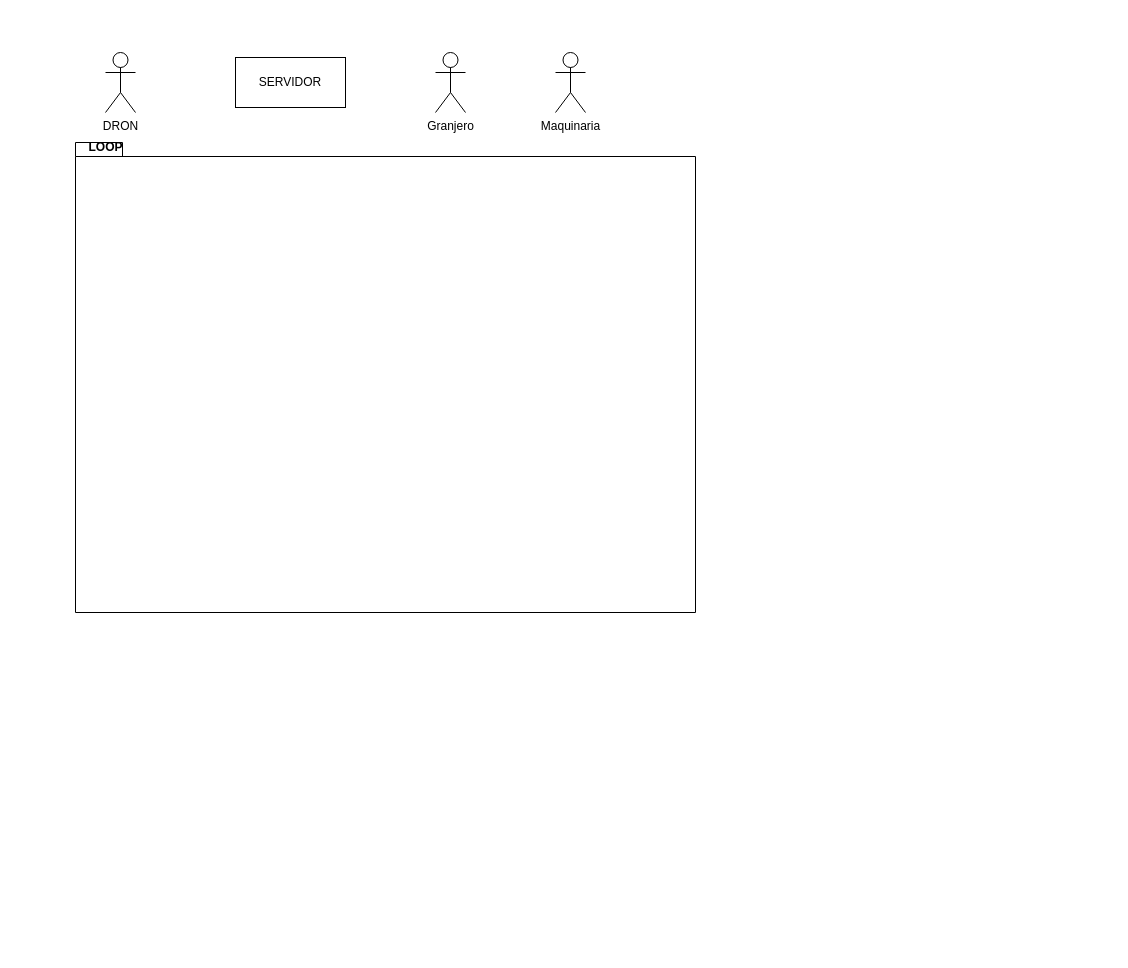
Above: DiagramaSecuenciaCaso3.drawio in Leche-de-flamenco/Proyecto-ETS (draw.io), before the change. Source tidied: cells renumbered, new cells numbered last; positions are measured from the earlier drawing's top-left corner, leaving out a move shared by most shapes. Both pictures are drawn from the tidied source at 100%, with x=0, y=0 at pixel (75, 52).
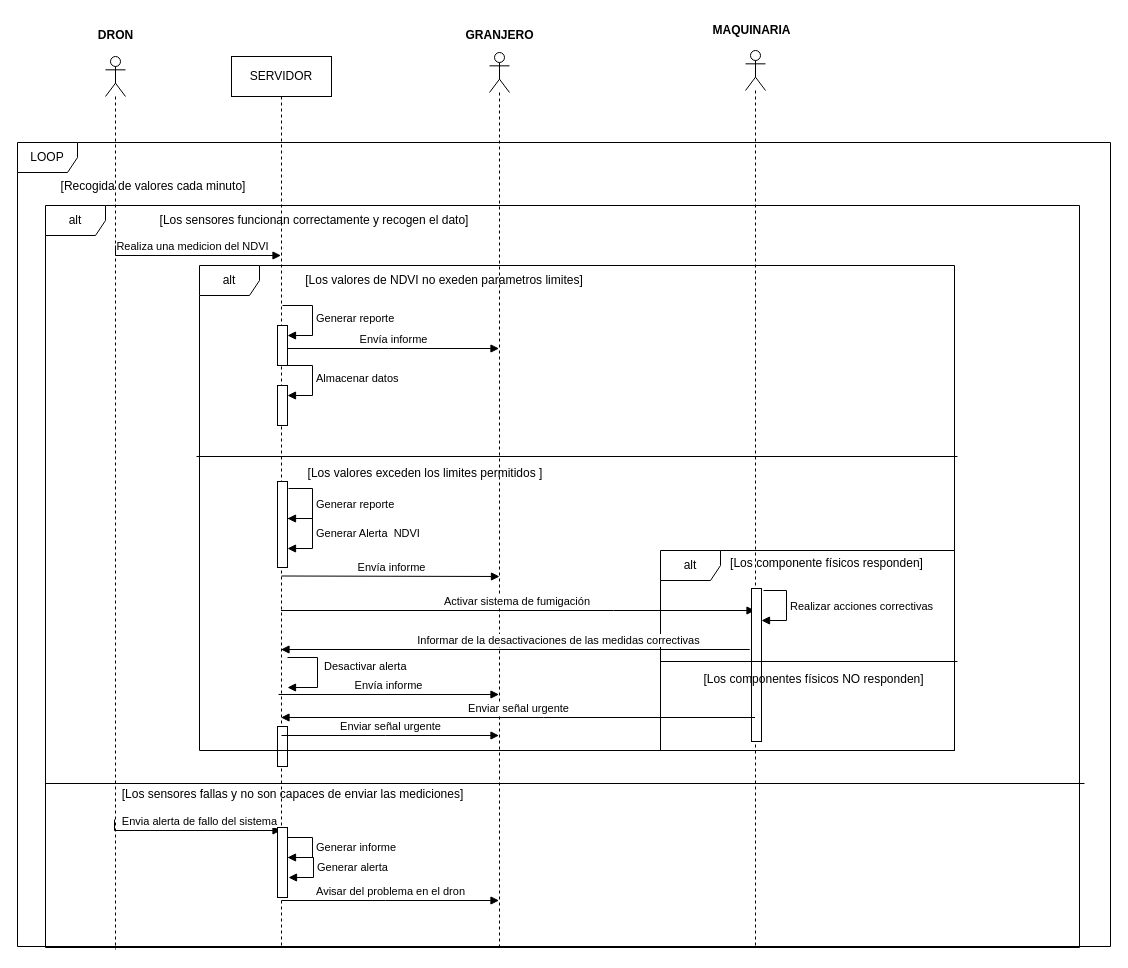
Above is the later version.

What changed in the source:
```diff
@@
+    <mxCell id="7" value="LOOP" style="shape=umlFrame;whiteSpace=wrap;html=1;" parent="1" vertex="1">
+      <mxGeometry x="-58" y="90" width="1093" height="804" as="geometry" />
+    </mxCell>
+    <mxCell id="8" style="shape=umlLifeline;perimeter=lifelinePerimeter;whiteSpace=wrap;html=1;newEdgeStyle={&quot;edgeStyle&quot;:&quot;elbowEdgeStyle&quot;,&quot;elbow&quot;:&quot;vertical&quot;,&quot;curved&quot;:0,&quot;rounded&quot;:0};participant=umlActor;" parent="1" vertex="1">
+      <mxGeometry x="30" y="4" width="20" height="893" as="geometry" />
+    </mxCell>
+    <mxCell id="4" value="SERVIDOR" style="shape=umlLifeline;perimeter=lifelinePerimeter;whiteSpace=wrap;html=1;outlineConnect=0;portConstraint=eastwest;newEdgeStyle={&quot;edgeStyle&quot;:&quot;elbowEdgeStyle&quot;,&quot;elbow&quot;:&quot;vertical&quot;,&quot;curved&quot;:0,&quot;rounded&quot;:0};" parent="1" vertex="1">
+      <mxGeometry x="156" y="4" width="100" height="891" as="geometry" />
+    </mxCell>
+    <mxCell id="9" style="html=1;perimeter=orthogonalPerimeter;targetShapes=umlLifeline;newEdgeStyle={&quot;edgeStyle&quot;:&quot;elbowEdgeStyle&quot;,&quot;elbow&quot;:&quot;vertical&quot;,&quot;curved&quot;:0,&quot;rounded&quot;:0};" parent="4" vertex="1">
+      <mxGeometry x="46" y="670" width="10" height="40" as="geometry" />
+    </mxCell>
+    <mxCell id="10" style="shape=umlLifeline;perimeter=lifelinePerimeter;whiteSpace=wrap;html=1;outlineConnect=0;portConstraint=eastwest;newEdgeStyle={&quot;edgeStyle&quot;:&quot;elbowEdgeStyle&quot;,&quot;elbow&quot;:&quot;vertical&quot;,&quot;curved&quot;:0,&quot;rounded&quot;:0};participant=umlActor;" parent="1" vertex="1">
+      <mxGeometry x="414" width="20" height="898" as="geometry" />
+    </mxCell>
+    <mxCell id="11" style="shape=umlLifeline;perimeter=lifelinePerimeter;whiteSpace=wrap;html=1;outlineConnect=0;portConstraint=eastwest;newEdgeStyle={&quot;edgeStyle&quot;:&quot;elbowEdgeStyle&quot;,&quot;elbow&quot;:&quot;vertical&quot;,&quot;curved&quot;:0,&quot;rounded&quot;:0};participant=umlActor;" parent="1" vertex="1">
+      <mxGeometry x="670" y="-2" width="20" height="897" as="geometry" />
+    </mxCell>
-    <mxCell id="2" value="DRON" style="shape=umlActor;verticalLabelPosition=bottom;verticalAlign=top;html=1;" parent="1" vertex="1">
-      <mxGeometry x="30" width="30" height="60" as="geometry" />
+    <mxCell id="2" value="DRON" style="text;align=center;fontStyle=1;verticalAlign=middle;spacingLeft=3;spacingRight=3;strokeColor=none;html=1;" parent="1" vertex="1">
+      <mxGeometry y="-30" width="80" height="26" as="geometry" />
     </mxCell>
-    <mxCell id="3" value="Granjero" style="shape=umlActor;verticalLabelPosition=bottom;verticalAlign=top;html=1;" parent="1" vertex="1">
-      <mxGeometry x="360" width="30" height="60" as="geometry" />
-    </mxCell>
-    <mxCell id="4" value="SERVIDOR" style="html=1;whiteSpace=wrap;" parent="1" vertex="1">
-      <mxGeometry x="160" y="5" width="110" height="50" as="geometry" />
-    </mxCell>
-    <mxCell id="5" value="Maquinaria" style="shape=umlActor;verticalLabelPosition=bottom;verticalAlign=top;html=1;" parent="1" vertex="1">
-      <mxGeometry x="480" width="30" height="60" as="geometry" />
-    </mxCell>
-    <mxCell id="6" style="shape=folder;fontStyle=1;spacingTop=10;tabWidth=40;tabHeight=14;tabPosition=left;html=1;whiteSpace=wrap;fillColor=none;" parent="1" vertex="1">
-      <mxGeometry y="90" width="620" height="470" as="geometry" />
-    </mxCell>
-    <mxCell id="7" value="LOOP" style="text;align=center;fontStyle=1;verticalAlign=middle;spacingLeft=3;spacingRight=3;strokeColor=none;html=1;" parent="1" vertex="1">
-      <mxGeometry y="90" width="60" height="10" as="geometry" />
-    </mxCell>
+    <mxCell id="12" value="GRANJERO" style="text;align=center;fontStyle=1;verticalAlign=middle;spacingLeft=3;spacingRight=3;strokeColor=none;html=1;" parent="1" vertex="1">
+      <mxGeometry x="384" y="-30" width="80" height="26" as="geometry" />
+    </mxCell>
+    <mxCell id="13" value="MAQUINARIA" style="text;align=center;fontStyle=1;verticalAlign=middle;spacingLeft=3;spacingRight=3;strokeColor=none;html=1;" parent="1" vertex="1">
+      <mxGeometry x="636" y="-35" width="80" height="26" as="geometry" />
+    </mxCell>
+    <mxCell id="14" value="[Recogida de valores cada minuto]" style="text;html=1;strokeColor=none;fillColor=none;align=center;verticalAlign=middle;whiteSpace=wrap;rounded=0;" parent="1" vertex="1">
+      <mxGeometry x="-57" y="119" width="270" height="30" as="geometry" />
+    </mxCell>
+    <mxCell id="15" value="alt" style="shape=umlFrame;whiteSpace=wrap;html=1;" parent="1" vertex="1">
+      <mxGeometry x="-30" y="153" width="1034" height="742" as="geometry" />
+    </mxCell>
+    <mxCell id="16" value="[Los sensores funcionan correctamente y recogen el dato]" style="text;html=1;strokeColor=none;fillColor=none;align=center;verticalAlign=middle;whiteSpace=wrap;rounded=0;" parent="1" vertex="1">
+      <mxGeometry x="6" y="153" width="466" height="30" as="geometry" />
+    </mxCell>
+    <mxCell id="17" value="alt" style="shape=umlFrame;whiteSpace=wrap;html=1;" parent="1" vertex="1">
+      <mxGeometry x="124" y="213" width="755" height="485" as="geometry" />
+    </mxCell>
+    <mxCell id="18" value="[Los valores de NDVI no exeden parametros limites]" style="text;html=1;strokeColor=none;fillColor=none;align=center;verticalAlign=middle;whiteSpace=wrap;rounded=0;" parent="1" vertex="1">
+      <mxGeometry x="175" y="213" width="388" height="30" as="geometry" />
+    </mxCell>
+    <mxCell id="19" style="html=1;points=[];perimeter=orthogonalPerimeter;outlineConnect=0;targetShapes=umlLifeline;portConstraint=eastwest;newEdgeStyle={&quot;edgeStyle&quot;:&quot;elbowEdgeStyle&quot;,&quot;elbow&quot;:&quot;vertical&quot;,&quot;curved&quot;:0,&quot;rounded&quot;:0};" parent="1" vertex="1">
+      <mxGeometry x="202" y="273" width="10" height="40" as="geometry" />
+    </mxCell>
+    <mxCell id="20" value="Generar reporte" style="html=1;align=left;spacingLeft=2;endArrow=block;rounded=0;edgeStyle=orthogonalEdgeStyle;curved=0;rounded=0;" parent="1" edge="1" target="19">
+      <mxGeometry relative="1" as="geometry">
+        <mxPoint x="207" y="253" as="sourcePoint" />
+        <Array as="points">
+          <mxPoint x="237" y="283" />
+        </Array>
+      </mxGeometry>
+    </mxCell>
+    <mxCell id="21" style="html=1;points=[];perimeter=orthogonalPerimeter;outlineConnect=0;targetShapes=umlLifeline;portConstraint=eastwest;newEdgeStyle={&quot;edgeStyle&quot;:&quot;elbowEdgeStyle&quot;,&quot;elbow&quot;:&quot;vertical&quot;,&quot;curved&quot;:0,&quot;rounded&quot;:0};" parent="1" vertex="1">
+      <mxGeometry x="202" y="333" width="10" height="40" as="geometry" />
+    </mxCell>
+    <mxCell id="22" value="Almacenar datos" style="html=1;align=left;spacingLeft=2;endArrow=block;rounded=0;edgeStyle=orthogonalEdgeStyle;curved=0;rounded=0;" parent="1" edge="1" target="21">
+      <mxGeometry relative="1" as="geometry">
+        <mxPoint x="207" y="313" as="sourcePoint" />
+        <Array as="points">
+          <mxPoint x="237" y="343" />
+        </Array>
+      </mxGeometry>
+    </mxCell>
+    <mxCell id="23" value="Envía informe" style="html=1;verticalAlign=bottom;endArrow=block;edgeStyle=elbowEdgeStyle;elbow=vertical;curved=0;rounded=0;" parent="1" edge="1" target="10">
+      <mxGeometry relative="1" as="geometry">
+        <mxPoint x="212" y="296" as="sourcePoint" />
+      </mxGeometry>
+    </mxCell>
+    <mxCell id="24" style="line;strokeWidth=1;fillColor=none;align=left;verticalAlign=middle;spacingTop=-1;spacingLeft=3;spacingRight=3;labelPosition=right;strokeColor=inherit;" parent="1" vertex="1">
+      <mxGeometry x="121" y="400" width="761" height="8" as="geometry" />
+    </mxCell>
+    <mxCell id="25" value="[Los valores exceden los limites permitidos ]" style="text;html=1;strokeColor=none;fillColor=none;align=center;verticalAlign=middle;whiteSpace=wrap;rounded=0;" parent="1" vertex="1">
+      <mxGeometry x="182" y="406" width="336" height="30" as="geometry" />
+    </mxCell>
+    <mxCell id="26" style="html=1;points=[];perimeter=orthogonalPerimeter;outlineConnect=0;targetShapes=umlLifeline;portConstraint=eastwest;newEdgeStyle={&quot;edgeStyle&quot;:&quot;elbowEdgeStyle&quot;,&quot;elbow&quot;:&quot;vertical&quot;,&quot;curved&quot;:0,&quot;rounded&quot;:0};" parent="1" vertex="1">
+      <mxGeometry x="202" y="429" width="10" height="86" as="geometry" />
+    </mxCell>
+    <mxCell id="27" value="Generar reporte" style="html=1;align=left;spacingLeft=2;endArrow=block;rounded=0;edgeStyle=orthogonalEdgeStyle;curved=0;rounded=0;" parent="1" edge="1" target="26">
+      <mxGeometry relative="1" as="geometry">
+        <mxPoint x="213" y="436" as="sourcePoint" />
+        <Array as="points">
+          <mxPoint x="237" y="466" />
+        </Array>
+      </mxGeometry>
+    </mxCell>
+    <mxCell id="28" value="Envía informe" style="html=1;verticalAlign=bottom;endArrow=block;edgeStyle=elbowEdgeStyle;elbow=vertical;curved=0;rounded=0;" parent="1" edge="1">
+      <mxGeometry relative="1" as="geometry">
+        <mxPoint x="206" y="523.5" as="sourcePoint" />
+        <mxPoint x="424" y="524.5" as="targetPoint" />
+      </mxGeometry>
+    </mxCell>
+    <mxCell id="29" value="Generar Alerta&amp;nbsp; NDVI" style="html=1;align=left;spacingLeft=2;endArrow=block;rounded=0;edgeStyle=orthogonalEdgeStyle;curved=0;rounded=0;" parent="1" edge="1" target="26">
+      <mxGeometry relative="1" as="geometry">
+        <mxPoint x="212" y="466" as="sourcePoint" />
+        <Array as="points">
+          <mxPoint x="237" y="466" />
+          <mxPoint x="237" y="496" />
+        </Array>
+      </mxGeometry>
+    </mxCell>
+    <mxCell id="30" value="Activar sistema de fumigación&amp;nbsp;" style="html=1;verticalAlign=bottom;endArrow=block;edgeStyle=elbowEdgeStyle;elbow=vertical;curved=0;rounded=0;" parent="1" edge="1" source="4" target="11">
+      <mxGeometry relative="1" as="geometry">
+        <Array as="points">
+          <mxPoint x="538" y="558" />
+          <mxPoint x="297" y="558" />
+        </Array>
+      </mxGeometry>
+    </mxCell>
+    <mxCell id="31" value="alt" style="shape=umlFrame;whiteSpace=wrap;html=1;" parent="1" vertex="1">
+      <mxGeometry x="585" y="498" width="294" height="200" as="geometry" />
+    </mxCell>
+    <mxCell id="32" value="[Los componente físicos responden]" style="text;html=1;align=center;verticalAlign=middle;strokeColor=none;fillColor=none;" parent="1" vertex="1">
+      <mxGeometry x="645" y="498" width="211" height="26" as="geometry" />
+    </mxCell>
+    <mxCell id="33" style="html=1;points=[];perimeter=orthogonalPerimeter;outlineConnect=0;targetShapes=umlLifeline;portConstraint=eastwest;newEdgeStyle={&quot;edgeStyle&quot;:&quot;elbowEdgeStyle&quot;,&quot;elbow&quot;:&quot;vertical&quot;,&quot;curved&quot;:0,&quot;rounded&quot;:0};" parent="1" vertex="1">
+      <mxGeometry x="676" y="536" width="10" height="153" as="geometry" />
+    </mxCell>
+    <mxCell id="34" value="Realizar acciones correctivas" style="html=1;align=left;spacingLeft=2;endArrow=block;rounded=0;edgeStyle=orthogonalEdgeStyle;curved=0;rounded=0;" parent="1" edge="1" target="33">
+      <mxGeometry relative="1" as="geometry">
+        <mxPoint x="688" y="538" as="sourcePoint" />
+        <Array as="points">
+          <mxPoint x="711" y="568" />
+        </Array>
+      </mxGeometry>
+    </mxCell>
+    <mxCell id="35" style="line;strokeWidth=1;fillColor=none;align=left;verticalAlign=middle;spacingTop=-1;spacingLeft=3;spacingRight=3;labelPosition=right;strokeColor=inherit;" parent="1" vertex="1">
+      <mxGeometry x="585" y="605" width="297" height="8" as="geometry" />
+    </mxCell>
+    <mxCell id="36" value="Informar de la desactivaciones de las medidas correctivas" style="html=1;verticalAlign=bottom;endArrow=block;edgeStyle=elbowEdgeStyle;elbow=vertical;curved=0;rounded=0;" parent="1" edge="1" target="4">
+      <mxGeometry relative="1" as="geometry">
+        <mxPoint x="587" y="597" as="sourcePoint" />
+        <Array as="points">
+          <mxPoint x="674" y="597" />
+        </Array>
+      </mxGeometry>
+    </mxCell>
+    <mxCell id="37" value="Desactivar alerta" style="html=1;align=left;spacingLeft=2;endArrow=block;rounded=0;edgeStyle=orthogonalEdgeStyle;curved=0;rounded=0;" parent="1" edge="1">
+      <mxGeometry x="-0.13" y="3" relative="1" as="geometry">
+        <mxPoint x="212" y="605" as="sourcePoint" />
+        <mxPoint x="212" y="635" as="targetPoint" />
+        <Array as="points">
+          <mxPoint x="242" y="635" />
+        </Array>
+      </mxGeometry>
+    </mxCell>
+    <mxCell id="38" value="Envía informe" style="html=1;verticalAlign=bottom;endArrow=block;edgeStyle=elbowEdgeStyle;elbow=vertical;curved=0;rounded=0;" parent="1" edge="1" target="10">
+      <mxGeometry relative="1" as="geometry">
+        <mxPoint x="203" y="642" as="sourcePoint" />
+      </mxGeometry>
+    </mxCell>
+    <mxCell id="39" value="[Los componentes físicos NO responden]" style="text;html=1;align=center;verticalAlign=middle;strokeColor=none;fillColor=none;" parent="1" vertex="1">
+      <mxGeometry x="619" y="614" width="238" height="26" as="geometry" />
+    </mxCell>
+    <mxCell id="40" value="Enviar señal urgente" style="html=1;verticalAlign=bottom;endArrow=block;edgeStyle=elbowEdgeStyle;elbow=vertical;curved=0;rounded=0;" parent="1" edge="1" source="11" target="4">
+      <mxGeometry relative="1" as="geometry">
+        <Array as="points">
+          <mxPoint x="468" y="665" />
+          <mxPoint x="678" y="654" />
+        </Array>
+      </mxGeometry>
+    </mxCell>
+    <mxCell id="41" value="Enviar señal urgente" style="html=1;verticalAlign=bottom;endArrow=block;edgeStyle=elbowEdgeStyle;elbow=vertical;curved=0;rounded=0;" parent="1" edge="1" target="10">
+      <mxGeometry relative="1" as="geometry">
+        <mxPoint x="206" y="683" as="sourcePoint" />
+      </mxGeometry>
+    </mxCell>
+    <mxCell id="42" style="line;strokeWidth=1;fillColor=none;align=left;verticalAlign=middle;spacingTop=-1;spacingLeft=3;spacingRight=3;labelPosition=right;strokeColor=inherit;" parent="1" vertex="1">
+      <mxGeometry x="-30" y="727" width="1039" height="8" as="geometry" />
+    </mxCell>
+    <mxCell id="43" value="[Los sensores fallas y no son capaces de enviar las mediciones]" style="text;html=1;align=center;verticalAlign=middle;strokeColor=none;fillColor=none;" parent="1" vertex="1">
+      <mxGeometry x="37" y="729" width="360" height="26" as="geometry" />
+    </mxCell>
+    <mxCell id="44" value="Realiza una medicion del NDVI" style="html=1;verticalAlign=bottom;endArrow=block;edgeStyle=elbowEdgeStyle;elbow=vertical;curved=0;rounded=0;" parent="1" edge="1" target="4">
+      <mxGeometry x="-0.01" relative="1" as="geometry">
+        <mxPoint x="40" y="193" as="sourcePoint" />
+        <Array as="points">
+          <mxPoint x="164" y="203" />
+        </Array>
+      </mxGeometry>
+    </mxCell>
+    <mxCell id="45" value="Envia alerta de fallo del sistema" style="html=1;verticalAlign=bottom;endArrow=block;edgeStyle=elbowEdgeStyle;elbow=vertical;curved=0;rounded=0;" parent="1" edge="1" target="4">
+      <mxGeometry x="0.07" relative="1" as="geometry">
+        <mxPoint x="39" y="767" as="sourcePoint" />
+        <Array as="points">
+          <mxPoint x="144" y="778" />
+        </Array>
+        <mxPoint x="1" as="offset" />
+      </mxGeometry>
+    </mxCell>
+    <mxCell id="46" style="html=1;points=[];perimeter=orthogonalPerimeter;outlineConnect=0;targetShapes=umlLifeline;portConstraint=eastwest;newEdgeStyle={&quot;edgeStyle&quot;:&quot;elbowEdgeStyle&quot;,&quot;elbow&quot;:&quot;vertical&quot;,&quot;curved&quot;:0,&quot;rounded&quot;:0};" parent="1" vertex="1">
+      <mxGeometry x="202" y="775" width="10" height="70" as="geometry" />
+    </mxCell>
+    <mxCell id="47" value="Generar informe" style="html=1;align=left;spacingLeft=2;endArrow=block;rounded=0;edgeStyle=orthogonalEdgeStyle;curved=0;rounded=0;" parent="1" edge="1" source="46" target="46">
+      <mxGeometry relative="1" as="geometry">
+        <Array as="points">
+          <mxPoint x="237" y="785" />
+          <mxPoint x="237" y="805" />
+        </Array>
+      </mxGeometry>
+    </mxCell>
+    <mxCell id="48" value="Generar alerta" style="html=1;align=left;spacingLeft=2;endArrow=block;rounded=0;edgeStyle=orthogonalEdgeStyle;curved=0;rounded=0;" parent="1" edge="1">
+      <mxGeometry relative="1" as="geometry">
+        <mxPoint x="213" y="805" as="sourcePoint" />
+        <mxPoint x="213" y="825" as="targetPoint" />
+        <Array as="points">
+          <mxPoint x="238" y="805" />
+          <mxPoint x="238" y="825" />
+        </Array>
+      </mxGeometry>
+    </mxCell>
+    <mxCell id="49" value="Avisar del problema en el dron" style="html=1;verticalAlign=bottom;endArrow=block;edgeStyle=elbowEdgeStyle;elbow=vertical;curved=0;rounded=0;" parent="1" edge="1" target="10">
+      <mxGeometry relative="1" as="geometry">
+        <mxPoint x="206" y="848" as="sourcePoint" />
+      </mxGeometry>
+    </mxCell>
```
